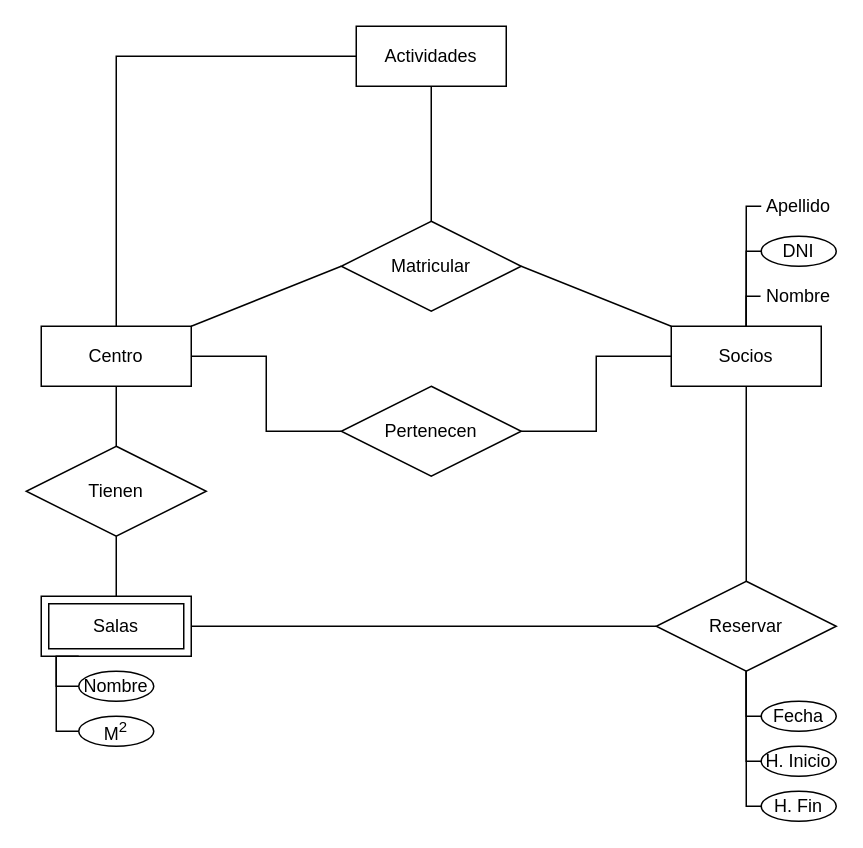
The draw.io diagram basesdedatos.drawio in Alejandrogaralv/Lenguaje-de-marcas, before the edit. Source tidied: cells renumbered, new cells numbered last; positions are measured from the earlier drawing's top-left corner, leaving out a move shared by most shapes. Both pictures are drawn from the tidied source at 150%, with x=0, y=0 at pixel (26, 26).
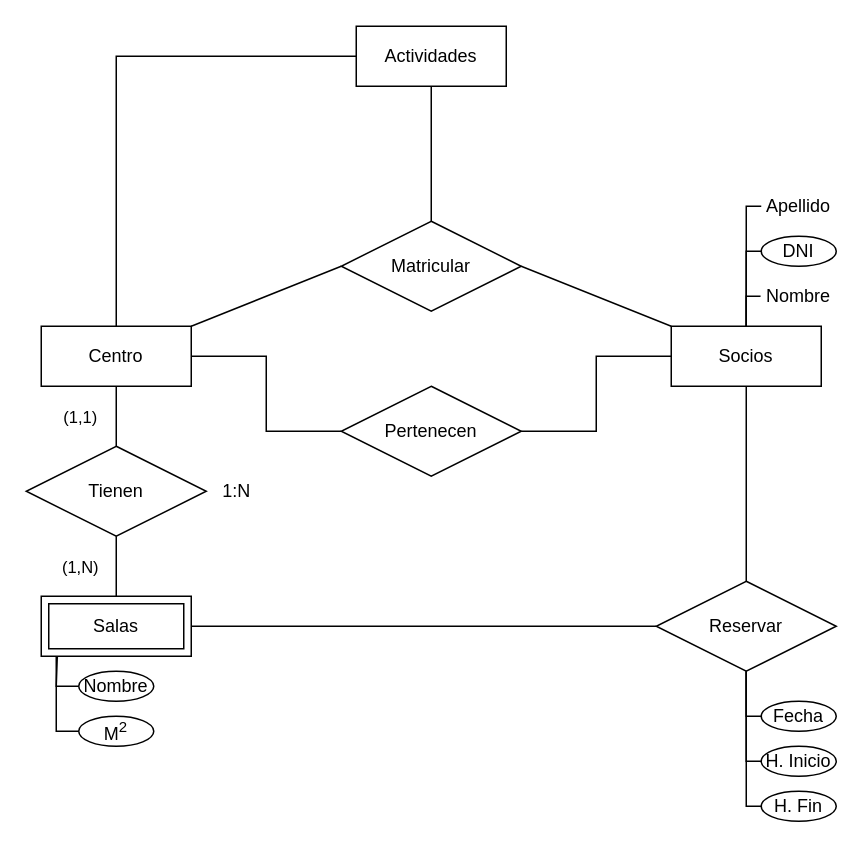
After the change.

Unchanged cells that the change refers to:
```xml
<mxCell id="3" style="edgeStyle=orthogonalEdgeStyle;rounded=0;jettySize=auto;html=1;exitX=0.5;exitY=0;exitDx=0;exitDy=0;entryX=0;entryY=0.5;entryDx=0;entryDy=0;endArrow=none;" parent="1" edge="1" source="4" target="8">
  <mxGeometry relative="1" as="geometry" />
</mxCell>
<mxCell id="11" value="Salas" style="shape=ext;margin=3;double=1;whiteSpace=wrap;html=1;align=center;" parent="1" vertex="1">
  <mxGeometry x="10" y="380" width="100" height="40" as="geometry" />
</mxCell>
<mxCell id="19" style="endArrow=none;html=1;rounded=0;entryX=0;entryY=0.5;entryDx=0;entryDy=0;exitX=1;exitY=0.5;exitDx=0;exitDy=0;" parent="1" edge="1" source="11" target="18">
  <mxGeometry relative="1" as="geometry" />
</mxCell>
<mxCell id="23" value="Nombre" style="ellipse;whiteSpace=wrap;html=1;align=center;" parent="1" vertex="1">
  <mxGeometry x="35" y="430" width="50" height="20" as="geometry" />
</mxCell>
```

What changed in the source:
```diff
@@
+    <mxCell id="36" value="(1,1)" style="edgeLabel;html=1;align=center;verticalAlign=middle;" parent="3" vertex="1">
+      <mxGeometry x="-0.93" y="-3" relative="1" as="geometry">
+        <mxPoint x="-28" y="72" as="offset" />
+      </mxGeometry>
+    </mxCell>
@@
-    <mxCell id="10" style="edgeStyle=orthogonalEdgeStyle;rounded=0;jettySize=auto;html=1;exitX=0.25;exitY=1;exitDx=0;exitDy=0;entryX=0;entryY=0.5;entryDx=0;entryDy=0;endArrow=none;" parent="1" edge="1" source="11" target="23">
+    <mxCell id="10" style="edgeStyle=orthogonalEdgeStyle;rounded=0;jettySize=auto;html=1;exitX=0.107;exitY=1.038;exitDx=0;exitDy=0;entryX=0;entryY=0.5;entryDx=0;entryDy=0;endArrow=none;exitPerimeter=0;" parent="1" edge="1" source="11" target="23">
       <mxGeometry relative="1" as="geometry">
         <Array as="points">
+          <mxPoint x="21" y="420" />
           <mxPoint x="20" y="420" />
           <mxPoint x="20" y="440" />
         </Array>
       </mxGeometry>
     </mxCell>
@@
+    <mxCell id="37" value="(1,N)" style="edgeLabel;html=1;align=center;verticalAlign=middle;" parent="19" vertex="1">
+      <mxGeometry x="-0.69" y="-3" relative="1" as="geometry">
+        <mxPoint x="-123" y="-43" as="offset" />
+      </mxGeometry>
+    </mxCell>
@@
-    <mxCell id="25" style="edgeStyle=orthogonalEdgeStyle;rounded=0;jettySize=auto;html=1;exitX=0.25;exitY=1;exitDx=0;exitDy=0;entryX=0;entryY=0.5;entryDx=0;entryDy=0;endArrow=none;" parent="1" edge="1" source="11">
+    <mxCell id="25" style="edgeStyle=orthogonalEdgeStyle;rounded=0;orthogonalLoop=1;jettySize=auto;html=1;entryX=0;entryY=0.5;entryDx=0;entryDy=0;endArrow=none;" parent="1" edge="1">
       <mxGeometry relative="1" as="geometry">
+        <mxPoint x="20" y="420" as="sourcePoint" />
         <mxPoint x="35" y="470" as="targetPoint" />
         <Array as="points">
           <mxPoint x="20" y="420" />
           <mxPoint x="20" y="470" />
         </Array>
       </mxGeometry>
     </mxCell>
@@
+    <mxCell id="38" value="1:N" style="text;html=1;align=center;verticalAlign=middle;strokeColor=none;" parent="1" vertex="1">
+      <mxGeometry x="125" y="300" width="30" height="20" as="geometry" />
+    </mxCell>
```
